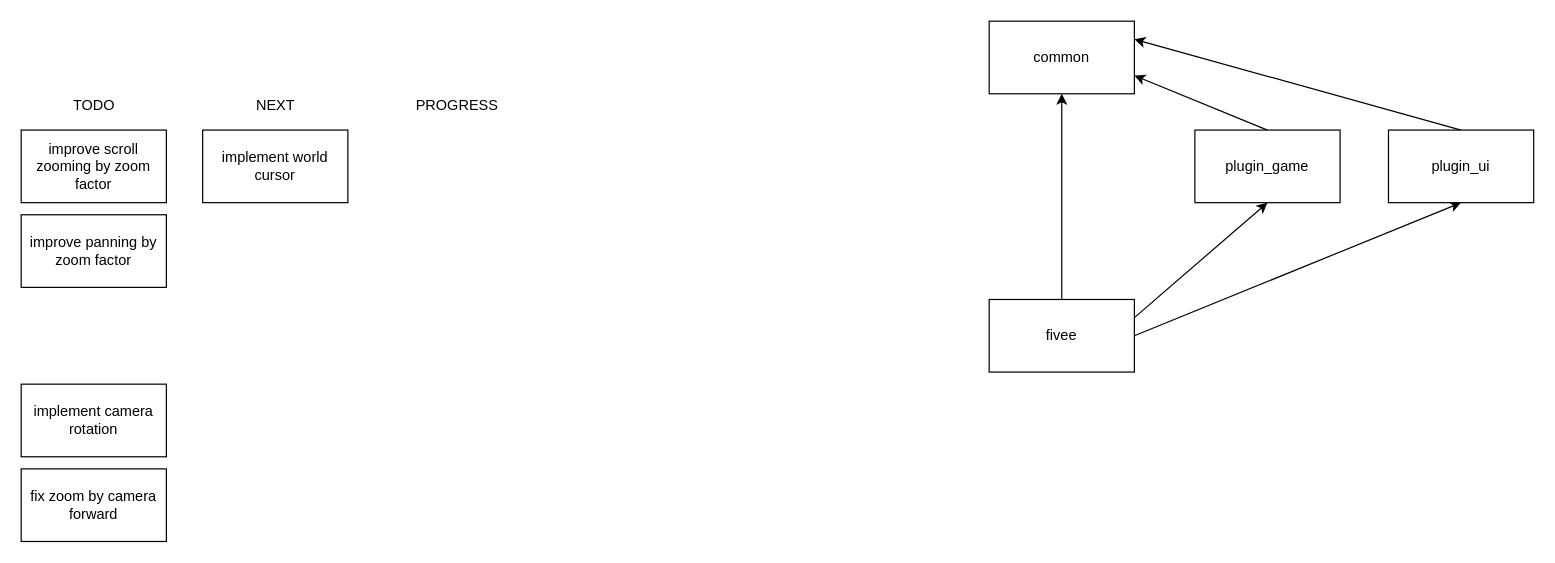
The draw.io diagram .drawio in horup/fivee, before the edit. Source tidied: cells renumbered, new cells numbered last; positions are measured from the earlier drawing's top-left corner, leaving out a move shared by most shapes. Both pictures are drawn from the tidied source at 121%, with x=0, y=0 at pixel (21, 21).
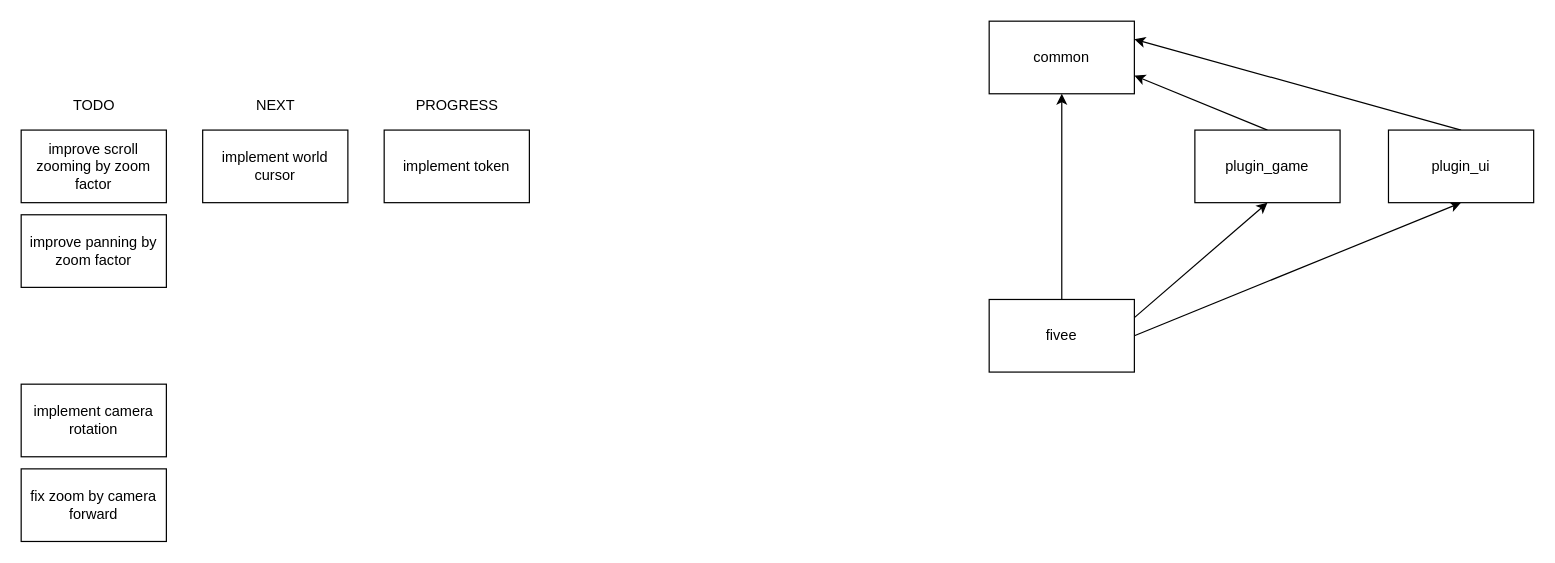
The same page after the edit.

Diff of the diagram source:
```diff
@@
 <mxGraphModel>
   <root>
     <mxCell id="0" />
     <mxCell id="1" parent="0" />
     <mxCell id="2" style="edgeStyle=none;html=1;exitX=0.5;exitY=0;exitDx=0;exitDy=0;" parent="1" edge="1" source="5" target="6">
       <mxGeometry relative="1" as="geometry" />
     </mxCell>
     <mxCell id="3" style="edgeStyle=none;html=1;exitX=1;exitY=0.25;exitDx=0;exitDy=0;entryX=0.5;entryY=1;entryDx=0;entryDy=0;" parent="1" edge="1" source="5" target="8">
       <mxGeometry relative="1" as="geometry" />
     </mxCell>
     <mxCell id="4" style="edgeStyle=none;html=1;exitX=1;exitY=0.5;exitDx=0;exitDy=0;entryX=0.5;entryY=1;entryDx=0;entryDy=0;" parent="1" edge="1" source="5" target="14">
       <mxGeometry relative="1" as="geometry" />
     </mxCell>
     <mxCell id="5" value="fivee" style="rounded=0;whiteSpace=wrap;html=1;" parent="1" vertex="1">
       <mxGeometry x="800" y="230" width="120" height="60" as="geometry" />
     </mxCell>
     <mxCell id="6" value="common" style="rounded=0;whiteSpace=wrap;html=1;" parent="1" vertex="1">
       <mxGeometry x="800" width="120" height="60" as="geometry" />
     </mxCell>
     <mxCell id="7" style="edgeStyle=none;html=1;exitX=0.5;exitY=0;exitDx=0;exitDy=0;entryX=1;entryY=0.75;entryDx=0;entryDy=0;" parent="1" edge="1" source="8" target="6">
       <mxGeometry relative="1" as="geometry" />
     </mxCell>
     <mxCell id="8" value="plugin_game" style="rounded=0;whiteSpace=wrap;html=1;" parent="1" vertex="1">
       <mxGeometry x="970" y="90" width="120" height="60" as="geometry" />
     </mxCell>
     <mxCell id="9" value="improve scroll zooming by zoom factor" style="rounded=0;whiteSpace=wrap;html=1;" parent="1" vertex="1">
       <mxGeometry y="90" width="120" height="60" as="geometry" />
     </mxCell>
     <mxCell id="10" value="TODO" style="text;html=1;align=center;verticalAlign=middle;strokeColor=none;fillColor=none;" parent="1" vertex="1">
       <mxGeometry x="30" y="55" width="60" height="30" as="geometry" />
     </mxCell>
     <mxCell id="11" value="NEXT" style="text;html=1;align=center;verticalAlign=middle;strokeColor=none;fillColor=none;" parent="1" vertex="1">
       <mxGeometry x="180" y="55" width="60" height="30" as="geometry" />
     </mxCell>
     <mxCell id="12" value="PROGRESS" style="text;html=1;align=center;verticalAlign=middle;strokeColor=none;fillColor=none;" parent="1" vertex="1">
       <mxGeometry x="315" y="55" width="90" height="30" as="geometry" />
     </mxCell>
     <mxCell id="13" style="edgeStyle=none;html=1;exitX=0.5;exitY=0;exitDx=0;exitDy=0;entryX=1;entryY=0.25;entryDx=0;entryDy=0;" parent="1" edge="1" source="14" target="6">
       <mxGeometry relative="1" as="geometry" />
     </mxCell>
     <mxCell id="14" value="plugin_ui" style="rounded=0;whiteSpace=wrap;html=1;" parent="1" vertex="1">
       <mxGeometry x="1130" y="90" width="120" height="60" as="geometry" />
     </mxCell>
     <mxCell id="15" value="improve panning by zoom factor" style="rounded=0;whiteSpace=wrap;html=1;" parent="1" vertex="1">
       <mxGeometry y="160" width="120" height="60" as="geometry" />
     </mxCell>
     <mxCell id="16" value="implement world cursor" style="rounded=0;whiteSpace=wrap;html=1;" parent="1" vertex="1">
       <mxGeometry x="150" y="90" width="120" height="60" as="geometry" />
     </mxCell>
     <mxCell id="17" value="implement camera rotation" style="rounded=0;whiteSpace=wrap;html=1;" parent="1" vertex="1">
       <mxGeometry y="300" width="120" height="60" as="geometry" />
     </mxCell>
     <mxCell id="18" value="fix zoom by camera forward" style="rounded=0;whiteSpace=wrap;html=1;" parent="1" vertex="1">
       <mxGeometry y="370" width="120" height="60" as="geometry" />
     </mxCell>
+    <mxCell id="19" value="implement token" style="rounded=0;whiteSpace=wrap;html=1;" parent="1" vertex="1">
+      <mxGeometry x="300" y="90" width="120" height="60" as="geometry" />
+    </mxCell>
   </root>
 </mxGraphModel>
```
